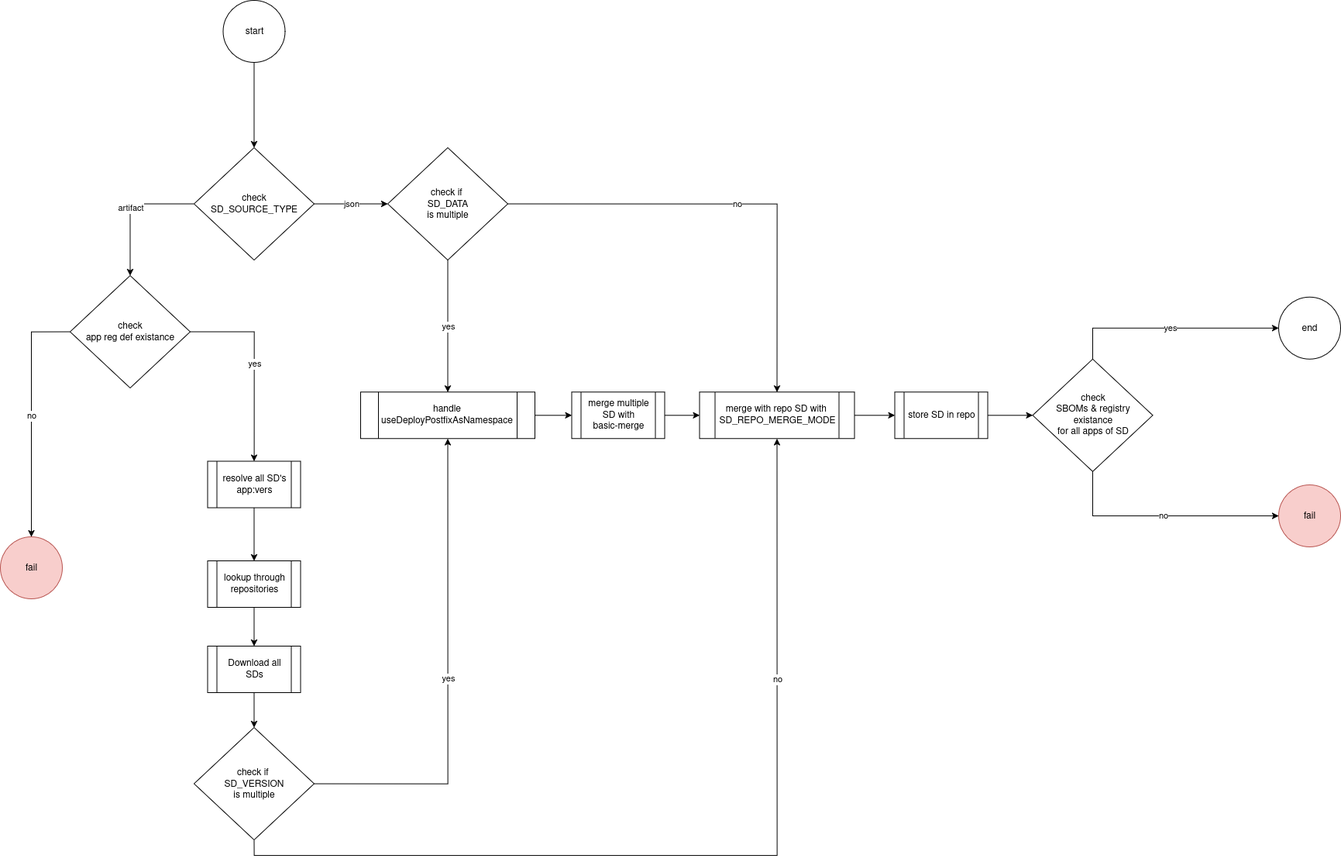
Before: docs/images/sd-processing.drawio.png, a diagram exported from draw.io (tesmarishy/qubership-envgene). Source tidied: cells renumbered, new cells last; positions are measured from the earlier drawing's top-left corner, leaving out a move shared by most shapes. Its diagram source:
```xml
<mxGraphModel>
  <root>
    <mxCell id="0" />
    <mxCell id="1" parent="0" />
    <mxCell id="2" value="no" style="edgeStyle=orthogonalEdgeStyle;rounded=0;jettySize=auto;html=1;entryX=0;entryY=0.5;entryDx=0;entryDy=0;exitX=0.5;exitY=1;exitDx=0;exitDy=0;" parent="1" edge="1" source="4" target="34">
      <mxGeometry relative="1" as="geometry">
        <Array as="points">
          <mxPoint x="1410" y="665" />
        </Array>
      </mxGeometry>
    </mxCell>
    <mxCell id="3" value="yes" style="edgeStyle=orthogonalEdgeStyle;rounded=0;jettySize=auto;html=1;exitX=0.5;exitY=0;exitDx=0;exitDy=0;entryX=0;entryY=0.5;entryDx=0;entryDy=0;" parent="1" edge="1" source="4" target="5">
      <mxGeometry relative="1" as="geometry" />
    </mxCell>
    <mxCell id="4" value="check&lt;br&gt;&lt;div&gt;&lt;span title=&quot;&quot;&gt;SBOMs &amp;amp; registry&lt;/span&gt;&lt;/div&gt;&lt;div&gt;&lt;span title=&quot;&quot;&gt;existance&lt;br&gt;for all apps of SD&lt;/span&gt;&lt;/div&gt;" style="rhombus;whiteSpace=wrap;html=1;" parent="1" vertex="1">
      <mxGeometry x="1332.5" y="462.8" width="155" height="145" as="geometry" />
    </mxCell>
    <mxCell id="5" value="end" style="ellipse;whiteSpace=wrap;html=1;" parent="1" vertex="1">
      <mxGeometry x="1650" y="382.8" width="80" height="80" as="geometry" />
    </mxCell>
    <mxCell id="6" value="json" style="edgeStyle=orthogonalEdgeStyle;rounded=0;jettySize=auto;html=1;" parent="1" edge="1" source="8" target="13">
      <mxGeometry relative="1" as="geometry" />
    </mxCell>
    <mxCell id="7" value="artifact" style="edgeStyle=orthogonalEdgeStyle;rounded=0;jettySize=auto;html=1;" parent="1" edge="1" source="8" target="27">
      <mxGeometry relative="1" as="geometry" />
    </mxCell>
    <mxCell id="8" value="&lt;div&gt;check&lt;/div&gt;&lt;div&gt;SD_SOURCE_TYPE&lt;/div&gt;" style="rhombus;whiteSpace=wrap;html=1;" parent="1" vertex="1">
      <mxGeometry x="250" y="190" width="155" height="145" as="geometry" />
    </mxCell>
    <mxCell id="9" style="edgeStyle=orthogonalEdgeStyle;rounded=0;jettySize=auto;html=1;" parent="1" edge="1" source="10" target="8">
      <mxGeometry relative="1" as="geometry" />
    </mxCell>
    <mxCell id="10" value="start" style="ellipse;whiteSpace=wrap;html=1;" parent="1" vertex="1">
      <mxGeometry x="287.5" width="80" height="80" as="geometry" />
    </mxCell>
    <mxCell id="11" value="yes" style="edgeStyle=orthogonalEdgeStyle;rounded=0;jettySize=auto;html=1;" parent="1" edge="1" source="13" target="33">
      <mxGeometry relative="1" as="geometry" />
    </mxCell>
    <mxCell id="12" value="no" style="edgeStyle=orthogonalEdgeStyle;rounded=0;jettySize=auto;html=1;exitX=1;exitY=0.5;exitDx=0;exitDy=0;entryX=0.5;entryY=0;entryDx=0;entryDy=0;" parent="1" edge="1" source="13" target="31">
      <mxGeometry relative="1" as="geometry" />
    </mxCell>
    <mxCell id="13" value="&lt;div&gt;check if&amp;nbsp;&lt;/div&gt;&lt;div&gt;SD_DATA&lt;/div&gt;&lt;div&gt;is multiple&lt;/div&gt;" style="rhombus;whiteSpace=wrap;html=1;" parent="1" vertex="1">
      <mxGeometry x="500" y="190" width="155" height="145" as="geometry" />
    </mxCell>
    <mxCell id="14" style="edgeStyle=orthogonalEdgeStyle;rounded=0;jettySize=auto;html=1;exitX=1;exitY=0.5;exitDx=0;exitDy=0;entryX=0;entryY=0.5;entryDx=0;entryDy=0;" parent="1" edge="1" source="15" target="31">
      <mxGeometry relative="1" as="geometry" />
    </mxCell>
    <mxCell id="15" value="&lt;div&gt;merge&amp;nbsp;multiple SD with&lt;/div&gt;&lt;div&gt;basic-merge&lt;/div&gt;" style="shape=process;whiteSpace=wrap;html=1;backgroundOutline=1;" parent="1" vertex="1">
      <mxGeometry x="737.5" y="505.3" width="120" height="60" as="geometry" />
    </mxCell>
    <mxCell id="16" style="edgeStyle=orthogonalEdgeStyle;rounded=0;jettySize=auto;html=1;entryX=0.5;entryY=0;entryDx=0;entryDy=0;" parent="1" edge="1" source="17" target="19">
      <mxGeometry relative="1" as="geometry" />
    </mxCell>
    <mxCell id="17" value="resolve all SD's app:vers" style="shape=process;whiteSpace=wrap;html=1;backgroundOutline=1;" parent="1" vertex="1">
      <mxGeometry x="267.5" y="594.5" width="120" height="60" as="geometry" />
    </mxCell>
    <mxCell id="18" style="edgeStyle=orthogonalEdgeStyle;rounded=0;jettySize=auto;html=1;entryX=0.5;entryY=0;entryDx=0;entryDy=0;" parent="1" edge="1" source="19" target="21">
      <mxGeometry relative="1" as="geometry" />
    </mxCell>
    <mxCell id="19" value="lookup through repositories" style="shape=process;whiteSpace=wrap;html=1;backgroundOutline=1;" parent="1" vertex="1">
      <mxGeometry x="267.5" y="723" width="120" height="60" as="geometry" />
    </mxCell>
    <mxCell id="20" style="edgeStyle=orthogonalEdgeStyle;rounded=0;jettySize=auto;html=1;" parent="1" edge="1" source="21" target="24">
      <mxGeometry relative="1" as="geometry" />
    </mxCell>
    <mxCell id="21" value="Download all SDs" style="shape=process;whiteSpace=wrap;html=1;backgroundOutline=1;" parent="1" vertex="1">
      <mxGeometry x="267.5" y="833" width="120" height="60" as="geometry" />
    </mxCell>
    <mxCell id="22" value="yes" style="edgeStyle=orthogonalEdgeStyle;rounded=0;jettySize=auto;html=1;entryX=0.5;entryY=1;entryDx=0;entryDy=0;exitX=1;exitY=0.5;exitDx=0;exitDy=0;" parent="1" edge="1" source="24" target="33">
      <mxGeometry relative="1" as="geometry" />
    </mxCell>
    <mxCell id="23" value="no" style="edgeStyle=orthogonalEdgeStyle;rounded=0;jettySize=auto;html=1;exitX=0.5;exitY=1;exitDx=0;exitDy=0;entryX=0.5;entryY=1;entryDx=0;entryDy=0;" parent="1" edge="1" source="24" target="31">
      <mxGeometry x="0.49" relative="1" as="geometry" />
    </mxCell>
    <mxCell id="24" value="&lt;div&gt;check if&amp;nbsp;&lt;/div&gt;&lt;div&gt;SD_VERSION&lt;/div&gt;&lt;div&gt;is multiple&lt;/div&gt;" style="rhombus;whiteSpace=wrap;html=1;" parent="1" vertex="1">
      <mxGeometry x="250" y="938" width="155" height="145" as="geometry" />
    </mxCell>
    <mxCell id="25" value="yes" style="edgeStyle=orthogonalEdgeStyle;rounded=0;jettySize=auto;html=1;entryX=0.5;entryY=0;entryDx=0;entryDy=0;" parent="1" edge="1" source="27" target="17">
      <mxGeometry relative="1" as="geometry" />
    </mxCell>
    <mxCell id="26" value="no" style="edgeStyle=orthogonalEdgeStyle;rounded=0;jettySize=auto;html=1;exitX=0;exitY=0.5;exitDx=0;exitDy=0;entryX=0.5;entryY=0;entryDx=0;entryDy=0;" parent="1" edge="1" source="27" target="35">
      <mxGeometry relative="1" as="geometry">
        <Array as="points">
          <mxPoint x="40" y="428" />
          <mxPoint x="40" y="677" />
        </Array>
      </mxGeometry>
    </mxCell>
    <mxCell id="27" value="&lt;div&gt;check&lt;/div&gt;&lt;div&gt;app reg def existance&lt;/div&gt;" style="rhombus;whiteSpace=wrap;html=1;" parent="1" vertex="1">
      <mxGeometry x="90" y="355" width="155" height="145" as="geometry" />
    </mxCell>
    <mxCell id="28" style="edgeStyle=orthogonalEdgeStyle;rounded=0;jettySize=auto;html=1;exitX=1;exitY=0.5;exitDx=0;exitDy=0;" parent="1" edge="1" source="29" target="4">
      <mxGeometry relative="1" as="geometry" />
    </mxCell>
    <mxCell id="29" value="store SD in repo" style="shape=process;whiteSpace=wrap;html=1;backgroundOutline=1;" parent="1" vertex="1">
      <mxGeometry x="1154.5" y="505.3" width="120" height="60" as="geometry" />
    </mxCell>
    <mxCell id="30" style="edgeStyle=orthogonalEdgeStyle;rounded=0;jettySize=auto;html=1;exitX=1;exitY=0.5;exitDx=0;exitDy=0;entryX=0;entryY=0.5;entryDx=0;entryDy=0;" parent="1" edge="1" source="31" target="29">
      <mxGeometry relative="1" as="geometry" />
    </mxCell>
    <mxCell id="31" value="merge with repo SD with&amp;nbsp;&lt;br&gt;SD_REPO_MERGE_MODE" style="shape=process;whiteSpace=wrap;html=1;backgroundOutline=1;" parent="1" vertex="1">
      <mxGeometry x="902.5" y="505.3" width="200" height="60" as="geometry" />
    </mxCell>
    <mxCell id="32" style="edgeStyle=orthogonalEdgeStyle;rounded=0;jettySize=auto;html=1;exitX=1;exitY=0.5;exitDx=0;exitDy=0;entryX=0;entryY=0.5;entryDx=0;entryDy=0;" parent="1" edge="1" source="33" target="15">
      <mxGeometry relative="1" as="geometry" />
    </mxCell>
    <mxCell id="33" value="&lt;div&gt;handle&lt;/div&gt;&lt;div&gt;useDeployPostfixAsNamespace&lt;/div&gt;" style="shape=process;whiteSpace=wrap;html=1;backgroundOutline=1;" parent="1" vertex="1">
      <mxGeometry x="465" y="505.3" width="225" height="60" as="geometry" />
    </mxCell>
    <mxCell id="34" value="fail" style="ellipse;whiteSpace=wrap;html=1;fillColor=#f8cecc;strokeColor=#b85450;" parent="1" vertex="1">
      <mxGeometry x="1650" y="625" width="80" height="80" as="geometry" />
    </mxCell>
    <mxCell id="35" value="fail" style="ellipse;whiteSpace=wrap;html=1;fillColor=#f8cecc;strokeColor=#b85450;" parent="1" vertex="1">
      <mxGeometry y="692" width="80" height="80" as="geometry" />
    </mxCell>
  </root>
</mxGraphModel>
```
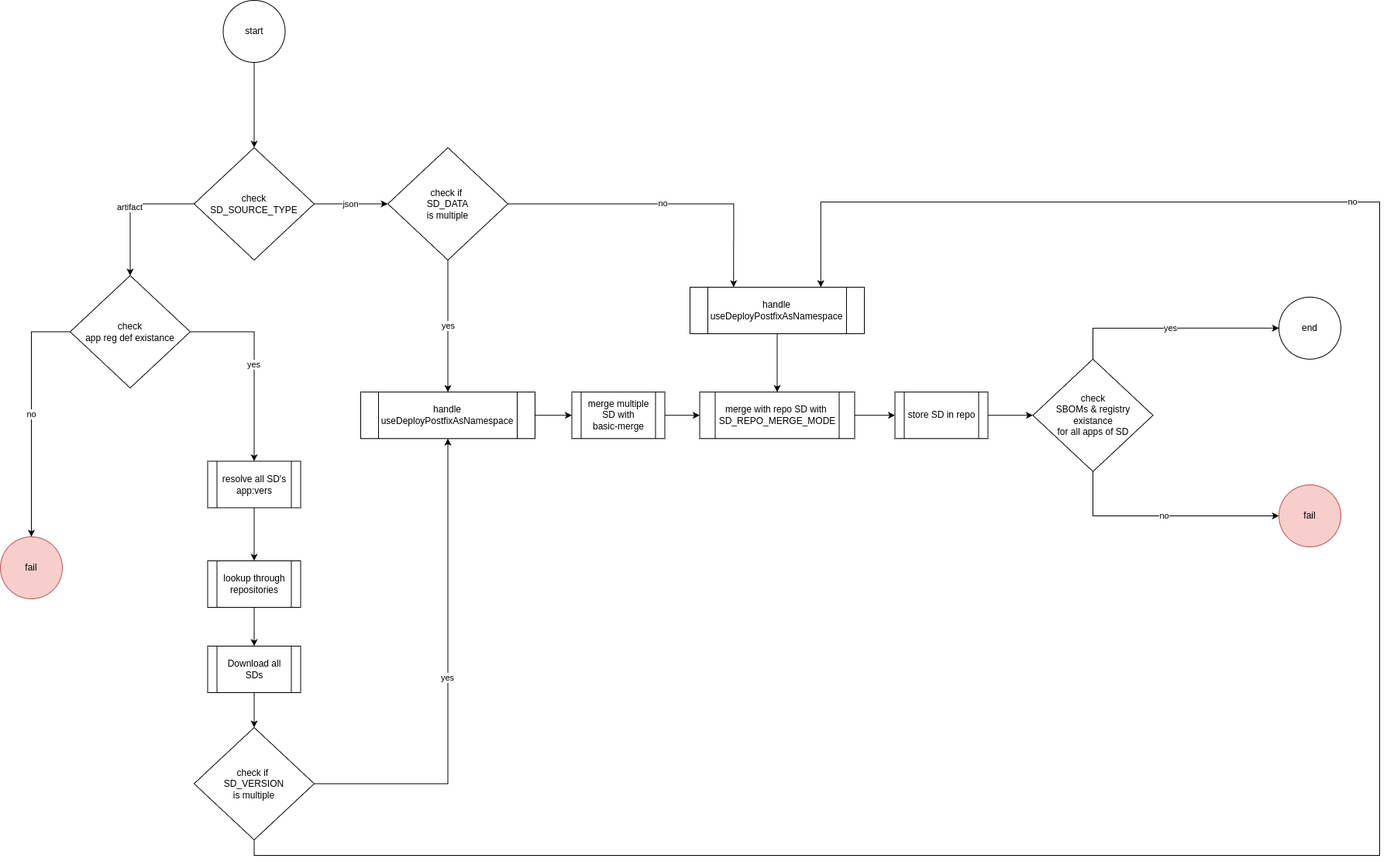
Above is the later version.

Commit message:
docs: update sd processing flow (#579)

The edit, as a diff of the source:
```diff
@@ -36,7 +36,7 @@
     <mxCell id="11" value="yes" style="edgeStyle=orthogonalEdgeStyle;rounded=0;jettySize=auto;html=1;" parent="1" edge="1" source="13" target="33">
       <mxGeometry relative="1" as="geometry" />
     </mxCell>
-    <mxCell id="12" value="no" style="edgeStyle=orthogonalEdgeStyle;rounded=0;jettySize=auto;html=1;exitX=1;exitY=0.5;exitDx=0;exitDy=0;entryX=0.5;entryY=0;entryDx=0;entryDy=0;" parent="1" edge="1" source="13" target="31">
+    <mxCell id="12" style="edgeStyle=orthogonalEdgeStyle;rounded=0;jettySize=auto;html=1;exitX=0.5;exitY=1;exitDx=0;exitDy=0;entryX=0.5;entryY=0;entryDx=0;entryDy=0;" parent="1" edge="1" source="37" target="31">
       <mxGeometry relative="1" as="geometry" />
     </mxCell>
     <mxCell id="13" value="&lt;div&gt;check if&amp;nbsp;&lt;/div&gt;&lt;div&gt;SD_DATA&lt;/div&gt;&lt;div&gt;is multiple&lt;/div&gt;" style="rhombus;whiteSpace=wrap;html=1;" parent="1" vertex="1">
@@ -69,8 +69,15 @@
     <mxCell id="22" value="yes" style="edgeStyle=orthogonalEdgeStyle;rounded=0;jettySize=auto;html=1;entryX=0.5;entryY=1;entryDx=0;entryDy=0;exitX=1;exitY=0.5;exitDx=0;exitDy=0;" parent="1" edge="1" source="24" target="33">
       <mxGeometry relative="1" as="geometry" />
     </mxCell>
-    <mxCell id="23" value="no" style="edgeStyle=orthogonalEdgeStyle;rounded=0;jettySize=auto;html=1;exitX=0.5;exitY=1;exitDx=0;exitDy=0;entryX=0.5;entryY=1;entryDx=0;entryDy=0;" parent="1" edge="1" source="24" target="31">
-      <mxGeometry x="0.49" relative="1" as="geometry" />
+    <mxCell id="23" value="no" style="edgeStyle=orthogonalEdgeStyle;rounded=0;jettySize=auto;html=1;exitX=0.5;exitY=1;exitDx=0;exitDy=0;entryX=0.75;entryY=0;entryDx=0;entryDy=0;" parent="1" edge="1" source="24" target="37">
+      <mxGeometry x="0.49" relative="1" as="geometry">
+        <Array as="points">
+          <mxPoint x="327" y="1103" />
+          <mxPoint x="1780" y="1103" />
+          <mxPoint x="1780" y="260" />
+          <mxPoint x="1059" y="260" />
+        </Array>
+      </mxGeometry>
     </mxCell>
     <mxCell id="24" value="&lt;div&gt;check if&amp;nbsp;&lt;/div&gt;&lt;div&gt;SD_VERSION&lt;/div&gt;&lt;div&gt;is multiple&lt;/div&gt;" style="rhombus;whiteSpace=wrap;html=1;" parent="1" vertex="1">
       <mxGeometry x="250" y="938" width="155" height="145" as="geometry" />
@@ -113,5 +120,11 @@
     <mxCell id="35" value="fail" style="ellipse;whiteSpace=wrap;html=1;fillColor=#f8cecc;strokeColor=#b85450;" parent="1" vertex="1">
       <mxGeometry y="692" width="80" height="80" as="geometry" />
     </mxCell>
+    <mxCell id="36" value="no" style="edgeStyle=orthogonalEdgeStyle;rounded=0;jettySize=auto;html=1;exitX=1;exitY=0.5;exitDx=0;exitDy=0;entryX=0.25;entryY=0;entryDx=0;entryDy=0;" parent="1" edge="1" source="13" target="37">
+      <mxGeometry relative="1" as="geometry" />
+    </mxCell>
+    <mxCell id="37" value="&lt;div&gt;handle&lt;/div&gt;&lt;div&gt;useDeployPostfixAsNamespace&lt;/div&gt;" style="shape=process;whiteSpace=wrap;html=1;backgroundOutline=1;" parent="1" vertex="1">
+      <mxGeometry x="890" y="370" width="225" height="60" as="geometry" />
+    </mxCell>
   </root>
 </mxGraphModel>
```
